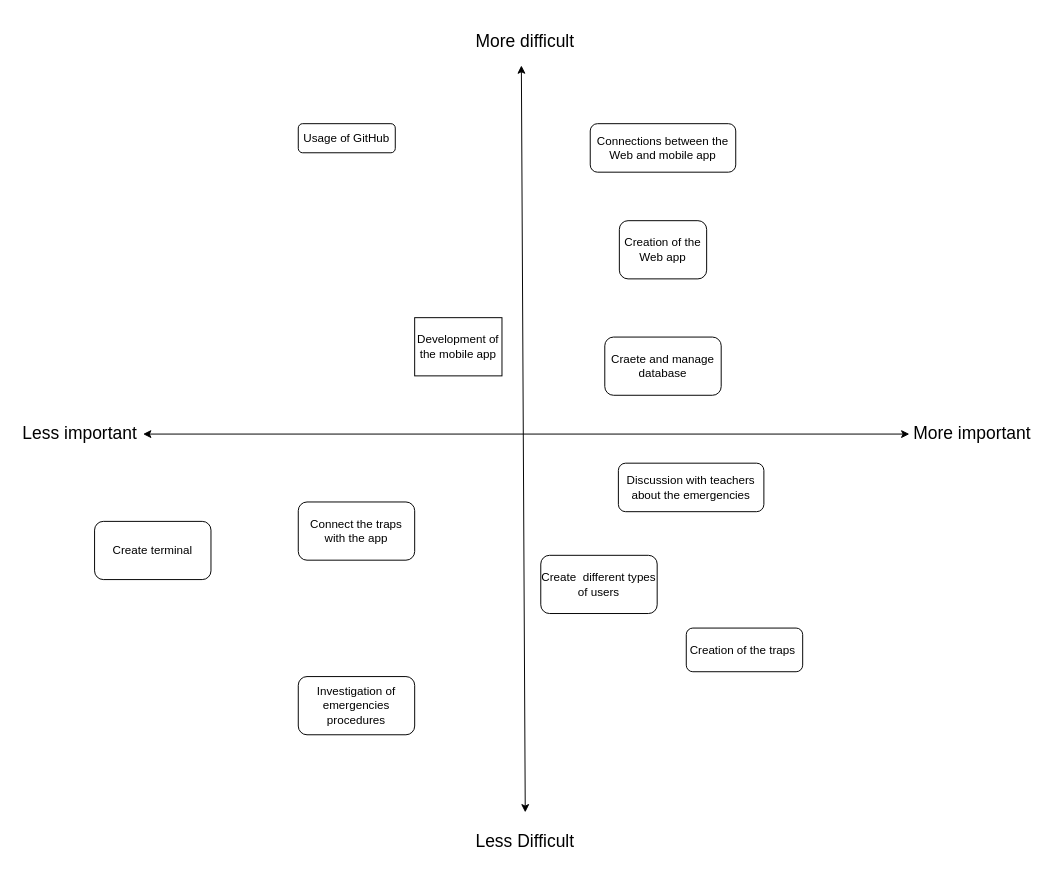
EmergenBis/emergenbis keeps this draw.io diagram as Untitled Diagram.drawio. Above is the earlier version. Source tidied: cells renumbered, new cells numbered last; positions are measured from the earlier drawing's top-left corner, leaving out a move shared by most shapes. Both pictures are drawn from the tidied source at 97%, with x=0, y=0 at pixel (16, 16).
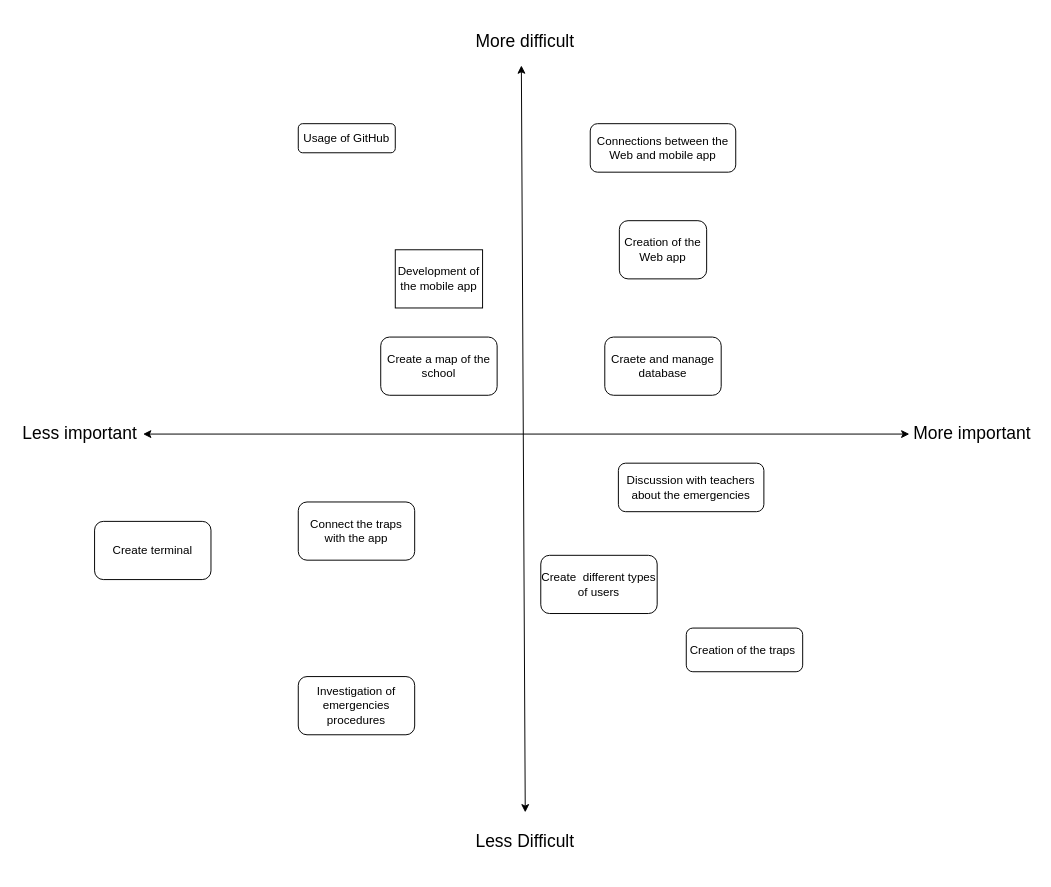
The same diagram, later.

Diff of the diagram source:
```diff
@@
     <mxCell id="2" value="Development of the mobile app" style="rounded=0;whiteSpace=wrap;html=1;" parent="1" vertex="1">
-      <mxGeometry x="410" y="310" width="90" height="60" as="geometry" />
+      <mxGeometry x="390" y="240" width="90" height="60" as="geometry" />
     </mxCell>
@@
+    <mxCell id="19" value="Create a map of the school" style="rounded=1;whiteSpace=wrap;html=1;" parent="1" vertex="1">
+      <mxGeometry x="375" y="330" width="120" height="60" as="geometry" />
+    </mxCell>
```
